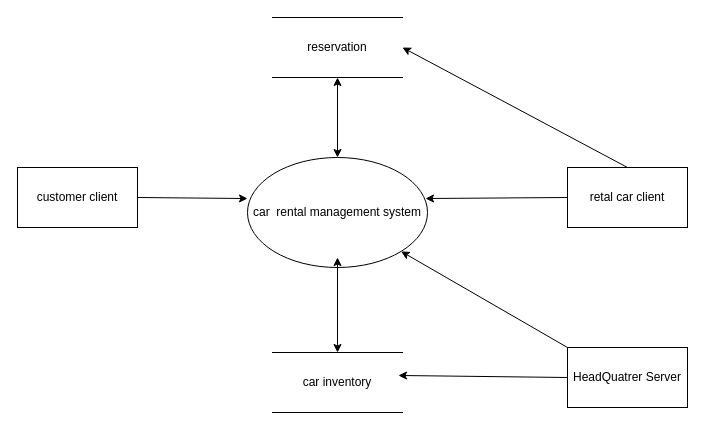
my-rtle/SpringBootStudy keeps this draw.io diagram as 제목 없는 다이어그램.drawio. Above is the earlier version. Source tidied: cells renumbered, new cells numbered last; positions are measured from the earlier drawing's top-left corner, leaving out a move shared by most shapes. Both pictures are drawn from the tidied source at 100%, with x=0, y=0 at pixel (17, 17).
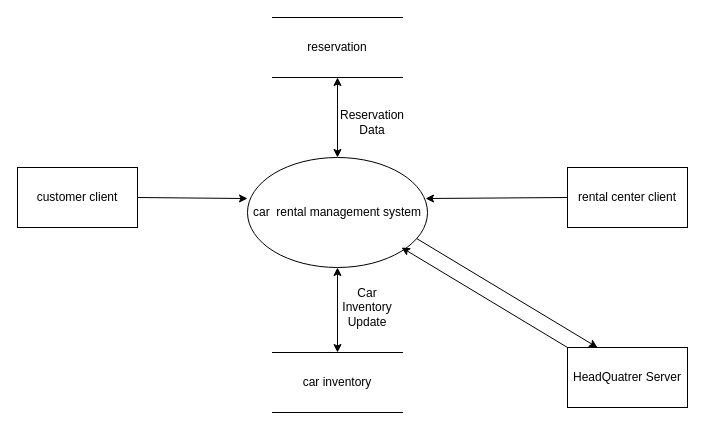
The same page after the edit.

Commit message (it also covers changes not shown here):
제목 없는 다이어그램.drawio 업데이트

What changed in the source:
```diff
@@
 <mxGraphModel background="#ffffff">
   <root>
     <mxCell id="0" />
     <mxCell id="1" parent="0" />
     <mxCell id="2" value="car inventory" style="shape=partialRectangle;whiteSpace=wrap;html=1;left=0;right=0;fillColor=none;" parent="1" vertex="1">
       <mxGeometry x="255" y="335" width="130" height="60" as="geometry" />
     </mxCell>
-    <mxCell id="3" value="retal car client" style="rounded=0;whiteSpace=wrap;html=1;" parent="1" vertex="1">
+    <mxCell id="3" value="rental center client" style="rounded=0;whiteSpace=wrap;html=1;" parent="1" vertex="1">
       <mxGeometry x="550" y="150" width="120" height="60" as="geometry" />
     </mxCell>
     <mxCell id="4" value="HeadQuatrer Server" style="rounded=0;whiteSpace=wrap;html=1;" parent="1" vertex="1">
       <mxGeometry x="550" y="330" width="120" height="60" as="geometry" />
     </mxCell>
     <mxCell id="5" value="customer client" style="rounded=0;whiteSpace=wrap;html=1;" parent="1" vertex="1">
       <mxGeometry y="150" width="120" height="60" as="geometry" />
     </mxCell>
     <mxCell id="6" value="car&amp;nbsp; rental management system" style="ellipse;whiteSpace=wrap;html=1;" parent="1" vertex="1">
       <mxGeometry x="230" y="140" width="180" height="110" as="geometry" />
     </mxCell>
     <mxCell id="7" style="endArrow=classic;html=1;rounded=0;exitX=1;exitY=0.5;exitDx=0;exitDy=0;entryX=0;entryY=0.373;entryDx=0;entryDy=0;entryPerimeter=0;" parent="1" edge="1" source="5" target="6">
       <mxGeometry relative="1" as="geometry" />
     </mxCell>
     <mxCell id="8" style="endArrow=classic;html=1;rounded=0;exitX=0;exitY=0.5;exitDx=0;exitDy=0;entryX=0.989;entryY=0.373;entryDx=0;entryDy=0;entryPerimeter=0;" parent="1" edge="1" source="3" target="6">
       <mxGeometry relative="1" as="geometry" />
     </mxCell>
-    <mxCell id="9" style="endArrow=classic;startArrow=classic;html=1;rounded=0;entryX=0.5;entryY=0.909;entryDx=0;entryDy=0;entryPerimeter=0;" parent="1" edge="1" source="2" target="6">
-      <mxGeometry relative="1" as="geometry" />
-    </mxCell>
-    <mxCell id="10" style="endArrow=classic;html=1;rounded=0;exitX=0;exitY=0.5;exitDx=0;exitDy=0;entryX=0.969;entryY=0.383;entryDx=0;entryDy=0;entryPerimeter=0;" parent="1" edge="1" source="4" target="2">
-      <mxGeometry relative="1" as="geometry" />
-    </mxCell>
-    <mxCell id="11" style="endArrow=classic;html=1;rounded=0;exitX=0;exitY=0;exitDx=0;exitDy=0;entryX=1;entryY=1;entryDx=0;entryDy=0;" parent="1" edge="1" source="4" target="6">
-      <mxGeometry relative="1" as="geometry" />
+    <mxCell id="11" style="endArrow=classic;html=1;rounded=0;exitX=0;exitY=0;exitDx=0;exitDy=0;" parent="1" edge="1" source="4">
+      <mxGeometry relative="1" as="geometry">
+        <mxPoint x="384" y="230" as="targetPoint" />
+      </mxGeometry>
     </mxCell>
     <mxCell id="12" value="reservation" style="shape=partialRectangle;whiteSpace=wrap;html=1;left=0;right=0;fillColor=none;" parent="1" vertex="1">
       <mxGeometry x="255" width="130" height="60" as="geometry" />
     </mxCell>
-    <mxCell id="13" style="endArrow=classic;html=1;rounded=0;exitX=0.5;exitY=0;exitDx=0;exitDy=0;entryX=1;entryY=0.5;entryDx=0;entryDy=0;" parent="1" edge="1" source="3" target="12">
-      <mxGeometry relative="1" as="geometry" />
-    </mxCell>
+    <mxCell id="15" value="Reservation Data" style="text;html=1;align=center;verticalAlign=middle;whiteSpace=wrap;rounded=0;" parent="1" vertex="1">
+      <mxGeometry x="325" y="90" width="60" height="30" as="geometry" />
+    </mxCell>
+    <mxCell id="16" value="Car Inventory Update" style="text;html=1;align=center;verticalAlign=middle;whiteSpace=wrap;rounded=0;" parent="1" vertex="1">
+      <mxGeometry x="320" y="275" width="60" height="30" as="geometry" />
+    </mxCell>
+    <mxCell id="17" style="endArrow=classic;html=1;rounded=0;exitX=0.939;exitY=0.736;exitDx=0;exitDy=0;exitPerimeter=0;entryX=0.25;entryY=0;entryDx=0;entryDy=0;" parent="1" edge="1" source="6" target="4">
+      <mxGeometry relative="1" as="geometry" />
+    </mxCell>
     <mxCell id="14" style="endArrow=classic;startArrow=classic;html=1;rounded=0;entryX=0.5;entryY=1;entryDx=0;entryDy=0;exitX=0.5;exitY=0;exitDx=0;exitDy=0;" parent="1" edge="1" source="6" target="12">
       <mxGeometry relative="1" as="geometry" />
     </mxCell>
+    <mxCell id="9" style="endArrow=classic;startArrow=classic;html=1;rounded=0;exitX=0.5;exitY=0;exitDx=0;exitDy=0;entryX=0.5;entryY=1;entryDx=0;entryDy=0;" parent="1" edge="1" source="2" target="6">
+      <mxGeometry relative="1" as="geometry" />
+    </mxCell>
   </root>
 </mxGraphModel>
```
